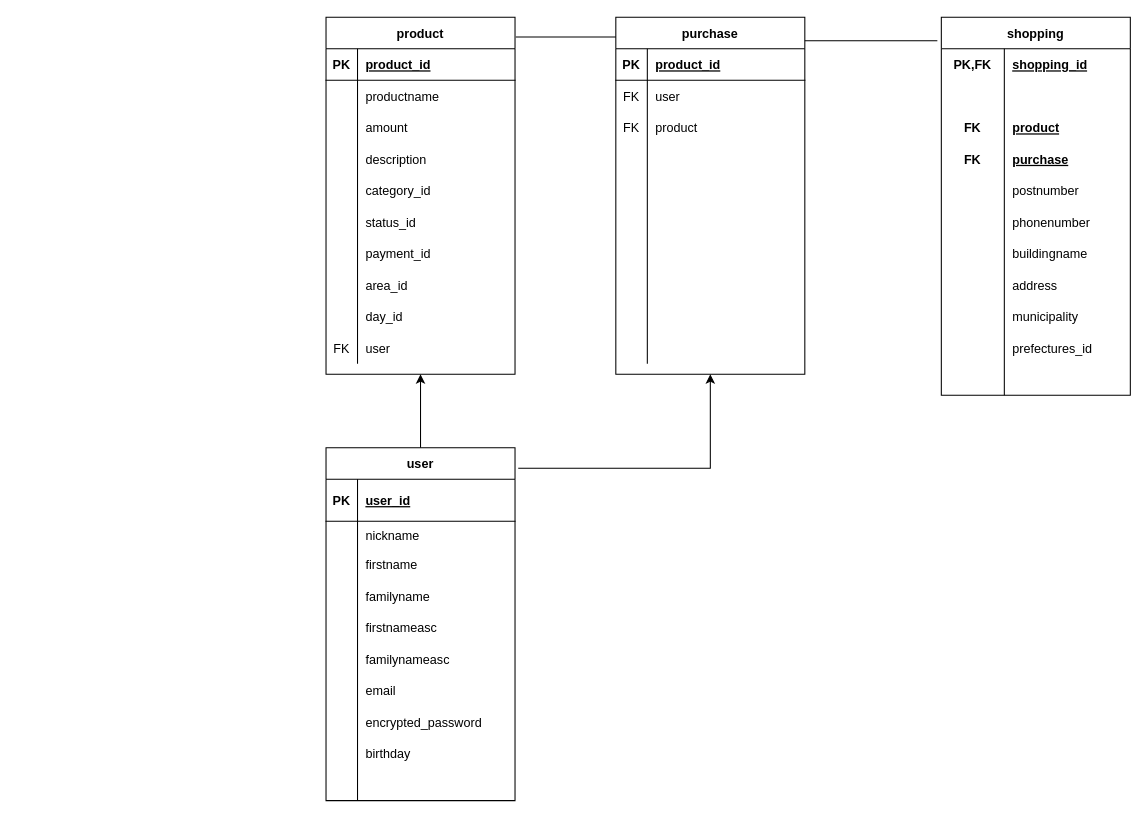
The draw.io diagram frima-29571.dio in Z0048510/frima-29571, before the edit. Source tidied: cells renumbered, new cells numbered last; positions are measured from the earlier drawing's top-left corner, leaving out a move shared by most shapes. Both pictures are drawn from the tidied source at 105%, with x=0, y=0 at pixel (326, 17).
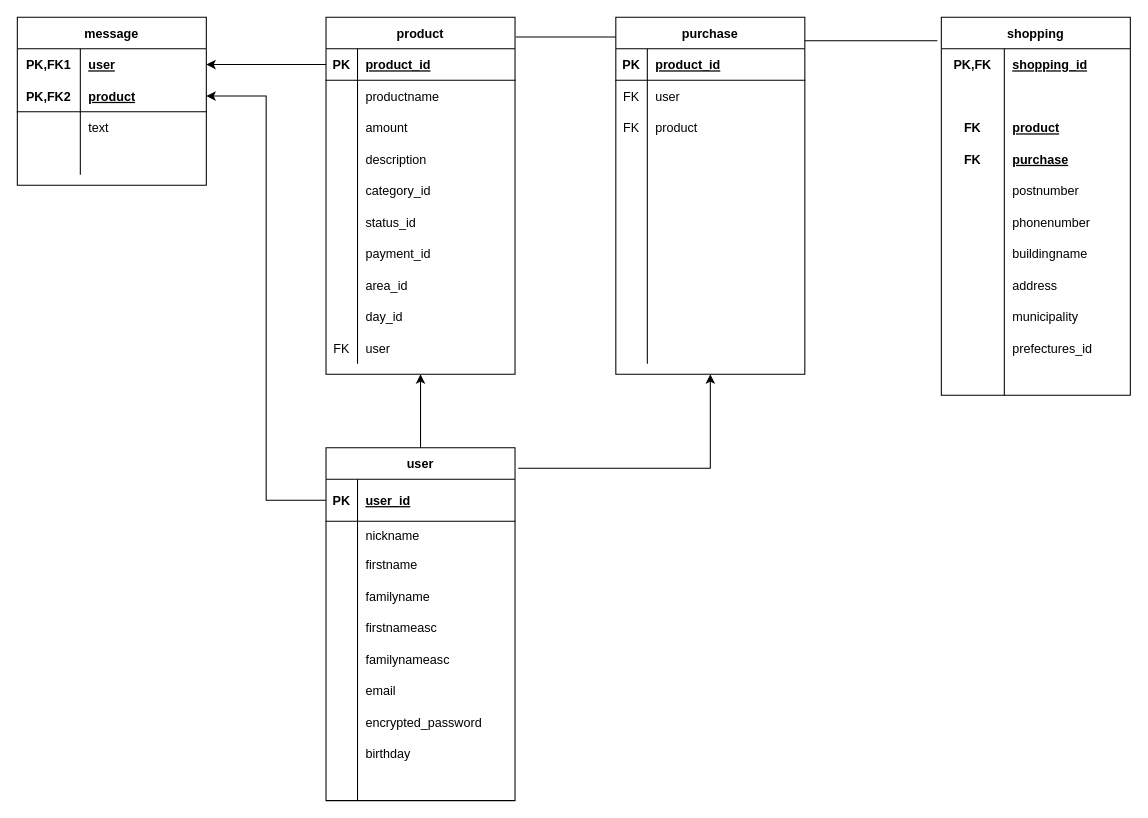
Above is the later version.

Commit message (it also covers changes not shown here):
コメント機能　README,ER図作成

Unchanged cells that the change refers to:
```xml
<mxCell id="5" style="shape=partialRectangle;fillColor=none;top=0;left=0;bottom=1;right=0;points=[[0,0.5],[1,0.5]];portConstraint=eastwest;" parent="4" vertex="1">
  <mxGeometry y="30" width="180" height="40" as="geometry" />
</mxCell>
<mxCell id="37" style="shape=partialRectangle;fillColor=none;top=0;left=0;bottom=1;right=0;points=[[0,0.5],[1,0.5]];portConstraint=eastwest;" parent="36" vertex="1">
  <mxGeometry y="30" width="180" height="30" as="geometry" />
</mxCell>
```

Change to the diagram source:
```diff
@@
+    <mxCell id="132" value="message" style="shape=table;startSize=30;childLayout=tableLayout;rowLines=0;fontStyle=1;align=center;" parent="1" vertex="1">
+      <mxGeometry x="-294" width="180" height="160" as="geometry" />
+    </mxCell>
+    <mxCell id="133" style="shape=partialRectangle;fillColor=none;top=0;left=0;bottom=0;right=0;points=[[0,0.5],[1,0.5]];portConstraint=eastwest;" parent="132" vertex="1">
+      <mxGeometry y="30" width="180" height="30" as="geometry" />
+    </mxCell>
+    <mxCell id="134" value="PK,FK1" style="shape=partialRectangle;fillColor=none;top=0;left=0;bottom=0;right=0;fontStyle=1;overflow=hidden;" parent="133" vertex="1">
+      <mxGeometry width="60" height="30" as="geometry" />
+    </mxCell>
+    <mxCell id="135" value="user" style="shape=partialRectangle;fillColor=none;top=0;left=0;bottom=0;right=0;align=left;spacingLeft=6;fontStyle=5;overflow=hidden;" parent="133" vertex="1">
+      <mxGeometry x="60" width="120" height="30" as="geometry" />
+    </mxCell>
+    <mxCell id="136" style="shape=partialRectangle;fillColor=none;top=0;left=0;bottom=1;right=0;points=[[0,0.5],[1,0.5]];portConstraint=eastwest;" parent="132" vertex="1">
+      <mxGeometry y="60" width="180" height="30" as="geometry" />
+    </mxCell>
+    <mxCell id="137" value="PK,FK2" style="shape=partialRectangle;fillColor=none;top=0;left=0;bottom=0;right=0;fontStyle=1;overflow=hidden;" parent="136" vertex="1">
+      <mxGeometry width="60" height="30" as="geometry" />
+    </mxCell>
+    <mxCell id="138" value="product" style="shape=partialRectangle;fillColor=none;top=0;left=0;bottom=0;right=0;align=left;spacingLeft=6;fontStyle=5;overflow=hidden;" parent="136" vertex="1">
+      <mxGeometry x="60" width="120" height="30" as="geometry" />
+    </mxCell>
+    <mxCell id="139" style="shape=partialRectangle;fillColor=none;top=0;left=0;bottom=0;right=0;" parent="132" vertex="1">
+      <mxGeometry y="90" width="180" height="30" as="geometry" />
+    </mxCell>
+    <mxCell id="140" style="shape=partialRectangle;fillColor=none;top=0;left=0;bottom=0;right=0;overflow=hidden;" parent="139" vertex="1">
+      <mxGeometry width="60" height="30" as="geometry" />
+    </mxCell>
+    <mxCell id="141" value="text" style="shape=partialRectangle;fillColor=none;top=0;left=0;bottom=0;right=0;align=left;spacingLeft=6;overflow=hidden;" parent="139" vertex="1">
+      <mxGeometry x="60" width="120" height="30" as="geometry" />
+    </mxCell>
+    <mxCell id="142" style="shape=partialRectangle;fillColor=none;top=0;left=0;bottom=0;right=0;" parent="132" vertex="1">
+      <mxGeometry y="120" width="180" height="30" as="geometry" />
+    </mxCell>
+    <mxCell id="143" style="shape=partialRectangle;fillColor=none;top=0;left=0;bottom=0;right=0;overflow=hidden;" parent="142" vertex="1">
+      <mxGeometry width="60" height="30" as="geometry" />
+    </mxCell>
+    <mxCell id="144" style="shape=partialRectangle;fillColor=none;top=0;left=0;bottom=0;right=0;align=left;spacingLeft=6;overflow=hidden;" parent="142" vertex="1">
+      <mxGeometry x="60" width="120" height="30" as="geometry" />
+    </mxCell>
+    <mxCell id="145" style="edgeStyle=orthogonalEdgeStyle;rounded=0;jettySize=auto;html=1;exitX=0;exitY=0.5;exitDx=0;exitDy=0;entryX=1;entryY=0.5;entryDx=0;entryDy=0;endArrow=classic;endFill=1;" parent="1" edge="1" source="37" target="133">
+      <mxGeometry relative="1" as="geometry" />
+    </mxCell>
+    <mxCell id="146" style="edgeStyle=orthogonalEdgeStyle;rounded=0;jettySize=auto;html=1;exitX=0;exitY=0.5;exitDx=0;exitDy=0;endArrow=classic;endFill=1;entryX=1;entryY=0.5;entryDx=0;entryDy=0;" parent="1" edge="1" source="5" target="136">
+      <mxGeometry relative="1" as="geometry" />
+    </mxCell>
```
